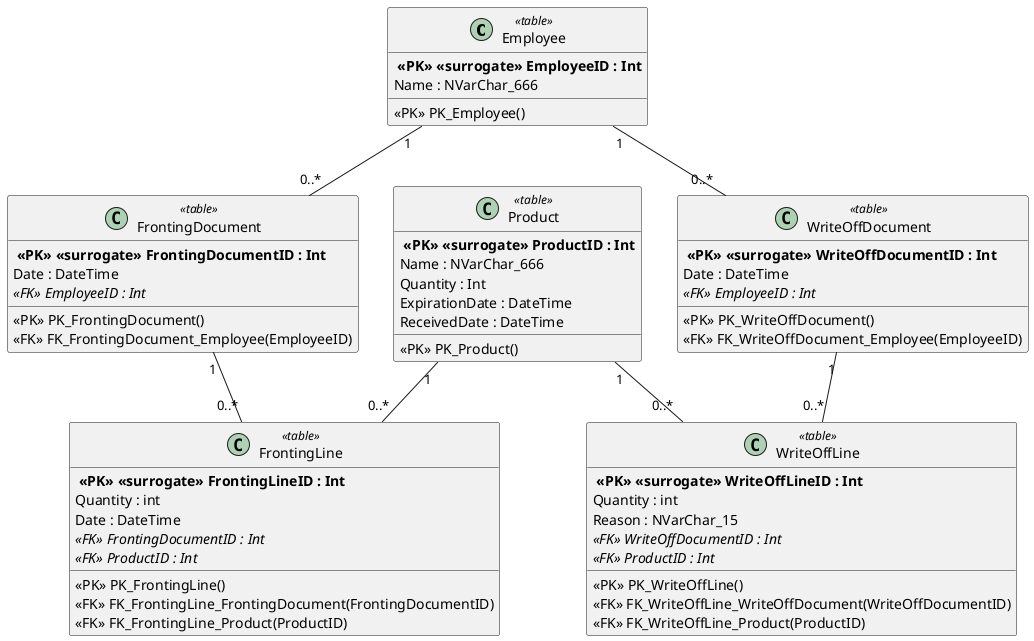
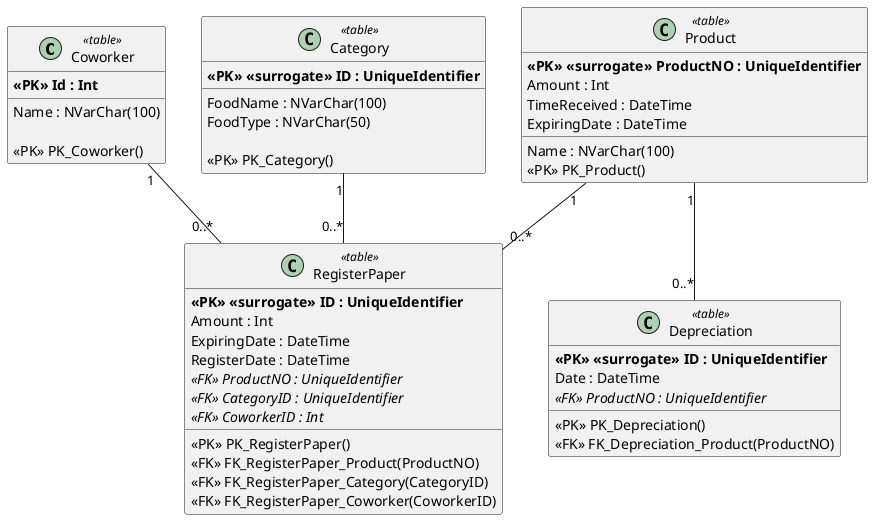
@startuml

- class Employee <<table>>{
-     ** <<PK>> <<surrogate>> EmployeeID : Int**
-     Name : NVarChar_666
+ class Coworker <<table>> {
+     **<<PK>> Id : Int**
+     Name : NVarChar(100)

-     <<PK>> PK_Employee()
- 
+     <<PK>> PK_Coworker()
}

- class FrontingDocument <<table>>{
-     ** <<PK>> <<surrogate>> FrontingDocumentID : Int**
-     Date : DateTime
-     //<<FK>> EmployeeID : Int//
- 
-     <<PK>> PK_FrontingDocument()
-     <<FK>> FK_FrontingDocument_Employee(EmployeeID)
- }
class Product <<table>> {
-     ** <<PK>> <<surrogate>> ProductID : Int**
-     Name : NVarChar_666
-     Quantity : Int
-     ExpirationDate : DateTime
-     ReceivedDate : DateTime
+     **<<PK>> <<surrogate>> ProductNO : UniqueIdentifier**
+     Name : NVarChar(100)
+     Amount : Int
+     TimeReceived : DateTime
+     ExpiringDate : DateTime

    <<PK>> PK_Product()
- 
- }
- class WriteOffDocument <<table>> {
-     ** <<PK>> <<surrogate>> WriteOffDocumentID : Int**
-     Date : DateTime
-     //<<FK>> EmployeeID : Int//
- 
-     <<PK>> PK_WriteOffDocument()
-     <<FK>> FK_WriteOffDocument_Employee(EmployeeID)
- 
}

- class WriteOffLine <<table>> {
-     ** <<PK>> <<surrogate>> WriteOffLineID : Int**
-     Quantity : int
-     Reason : NVarChar_15
-     //<<FK>> WriteOffDocumentID : Int//
-     //<<FK>> ProductID : Int//
+ class Category <<table>> {
+     **<<PK>> <<surrogate>> ID : UniqueIdentifier**
+     FoodName : NVarChar(100)
+     FoodType : NVarChar(50)

-     <<PK>> PK_WriteOffLine()
-     <<FK>> FK_WriteOffLine_WriteOffDocument(WriteOffDocumentID)
-     <<FK>> FK_WriteOffLine_Product(ProductID)
+     <<PK>> PK_Category()
}

- class FrontingLine <<table>> {
-     ** <<PK>> <<surrogate>> FrontingLineID : Int**
-     Quantity : int
+ class Depreciation <<table>> {
+     **<<PK>> <<surrogate>> ID : UniqueIdentifier**
    Date : DateTime
-     //<<FK>> FrontingDocumentID : Int//
-     //<<FK>> ProductID : Int//
+     //<<FK>> ProductNO : UniqueIdentifier//

-     <<PK>> PK_FrontingLine()
-     <<FK>> FK_FrontingLine_FrontingDocument(FrontingDocumentID)
-     <<FK>> FK_FrontingLine_Product(ProductID)
+     <<PK>> PK_Depreciation()
+     <<FK>> FK_Depreciation_Product(ProductNO)
}

- Employee "1" -- "0..*" FrontingDocument
- Employee "1" -- "0..*" WriteOffDocument
- FrontingDocument "1" -- "0..*" FrontingLine
- WriteOffDocument "1" -- "0..*" WriteOffLine
- Product "1" -- "0..*" FrontingLine
- Product "1" -- "0..*" WriteOffLine
+ class RegisterPaper <<table>> {
+     **<<PK>> <<surrogate>> ID : UniqueIdentifier**
+     Amount : Int
+     ExpiringDate : DateTime
+     RegisterDate : DateTime
+     //<<FK>> ProductNO : UniqueIdentifier//
+     //<<FK>> CategoryID : UniqueIdentifier//
+     //<<FK>> CoworkerID : Int//

+     <<PK>> PK_RegisterPaper()
+     <<FK>> FK_RegisterPaper_Product(ProductNO)
+     <<FK>> FK_RegisterPaper_Category(CategoryID)
+     <<FK>> FK_RegisterPaper_Coworker(CoworkerID)
+ }

- 
- 
+ Coworker "1" -- "0..*" RegisterPaper
+ Product "1" -- "0..*" RegisterPaper
+ Category "1" -- "0..*" RegisterPaper
+ Product "1" -- "0..*" Depreciation

@enduml